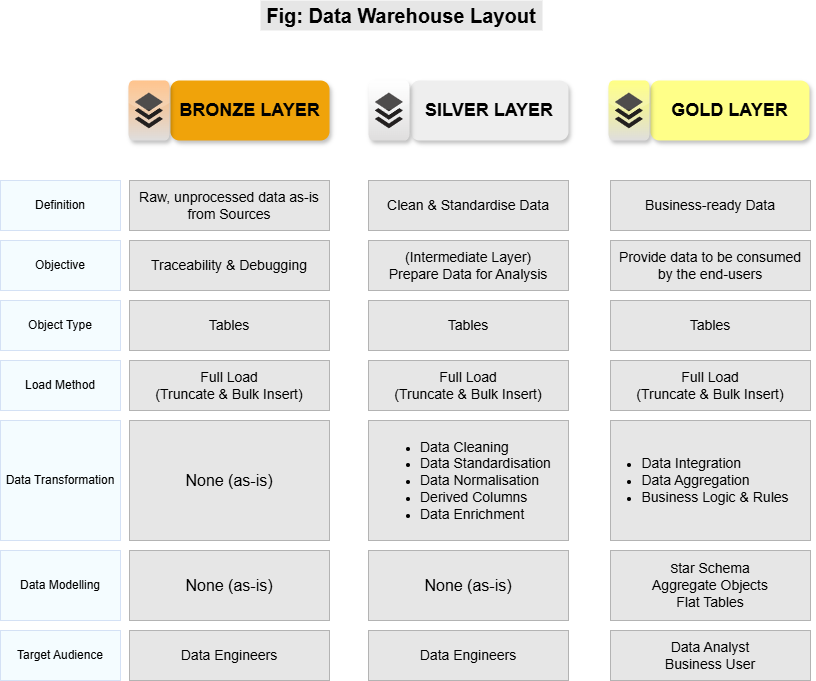
abdulbari80/databricks-lakehouse keeps this draw.io diagram as architecture/layout.png. Above is the earlier version. Source tidied: cells renumbered, new cells last; positions are measured from the earlier drawing's top-left corner, leaving out a move shared by most shapes.
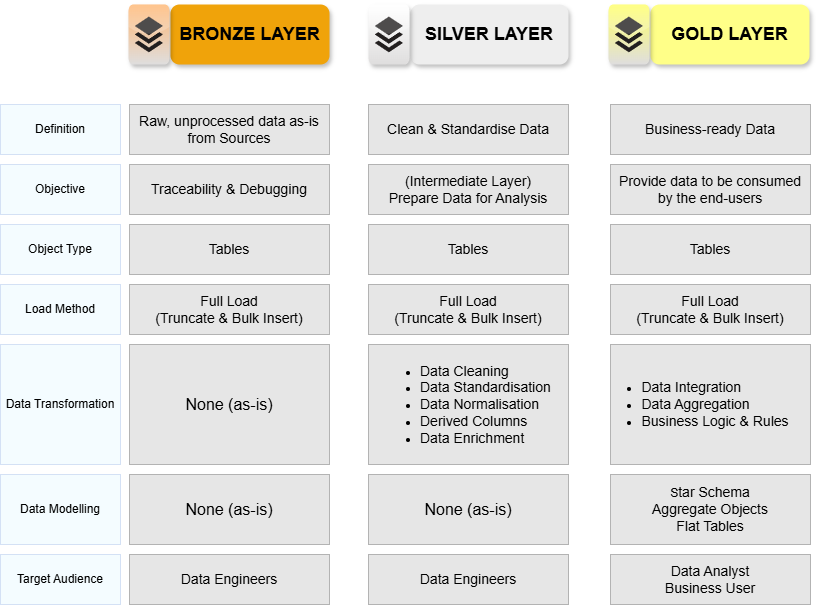
Later version of the same file.

What changed in the source:
```diff
@@ -104,8 +104,5 @@
     <mxCell id="35" style="dashed=0;html=1;align=center;labelPosition=center;verticalLabelPosition=bottom;verticalAlign=top;shape=mxgraph.webicons.buffer;gradientColor=#DFDEDE;fillColor=#FFFF66;shadow=1;" parent="1" vertex="1">
       <mxGeometry x="608" y="80" width="41" height="60" as="geometry" />
     </mxCell>
-    <mxCell id="36" value="&lt;font style=&quot;font-size: 20px;&quot;&gt;&lt;b&gt;Fig: Data Warehouse Layout&lt;/b&gt;&lt;/font&gt;" style="text;html=1;align=center;verticalAlign=middle;whiteSpace=wrap;rounded=0;fillColor=#E6E6E6;" parent="1" vertex="1">
-      <mxGeometry x="260" width="282" height="30" as="geometry" />
-    </mxCell>
   </root>
 </mxGraphModel>
```
